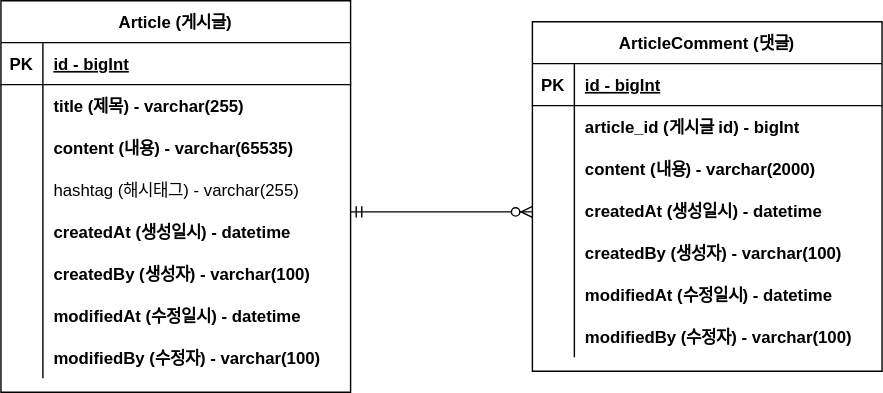
Earlier version of the draw.io export project-board-erd.svg (TD-Kim/fastcampus-project-board). Source tidied: cells renumbered, new cells last; positions are measured from the earlier drawing's top-left corner, leaving out a move shared by most shapes.
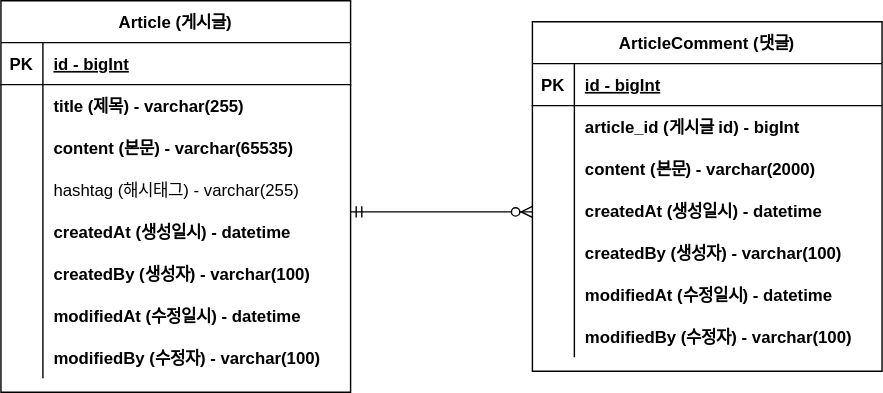
After the change.

What changed in the source:
```diff
@@ -29,7 +29,7 @@
     <mxCell id="10" style="shape=partialRectangle;overflow=hidden;fillColor=none;top=0;left=0;bottom=0;right=0;" parent="9" vertex="1">
       <mxGeometry width="30" height="30" as="geometry" />
     </mxCell>
-    <mxCell id="11" value="content (내용) - varchar(65535)" style="shape=partialRectangle;overflow=hidden;fillColor=none;top=0;left=0;bottom=0;right=0;align=left;spacingLeft=6;fontStyle=1;" parent="9" vertex="1">
+    <mxCell id="11" value="content (본문) - varchar(65535)" style="shape=partialRectangle;overflow=hidden;fillColor=none;top=0;left=0;bottom=0;right=0;align=left;spacingLeft=6;fontStyle=1;" parent="9" vertex="1">
       <mxGeometry x="30" width="220" height="30" as="geometry" />
     </mxCell>
     <mxCell id="12" style="shape=partialRectangle;fillColor=none;top=0;left=0;right=0;bottom=0;" parent="2" vertex="1">
@@ -104,7 +104,7 @@
     <mxCell id="35" style="shape=partialRectangle;overflow=hidden;fillColor=none;top=0;left=0;bottom=0;right=0;" parent="34" vertex="1">
       <mxGeometry width="30" height="30" as="geometry" />
     </mxCell>
-    <mxCell id="36" value="content (내용) - varchar(2000)" style="shape=partialRectangle;overflow=hidden;fillColor=none;top=0;left=0;bottom=0;right=0;align=left;spacingLeft=6;fontStyle=1;" parent="34" vertex="1">
+    <mxCell id="36" value="content (본문) - varchar(2000)" style="shape=partialRectangle;overflow=hidden;fillColor=none;top=0;left=0;bottom=0;right=0;align=left;spacingLeft=6;fontStyle=1;" parent="34" vertex="1">
       <mxGeometry x="30" width="220" height="30" as="geometry" />
     </mxCell>
     <mxCell id="37" style="shape=partialRectangle;fillColor=none;top=0;left=0;right=0;bottom=0;" parent="27" vertex="1">
```
